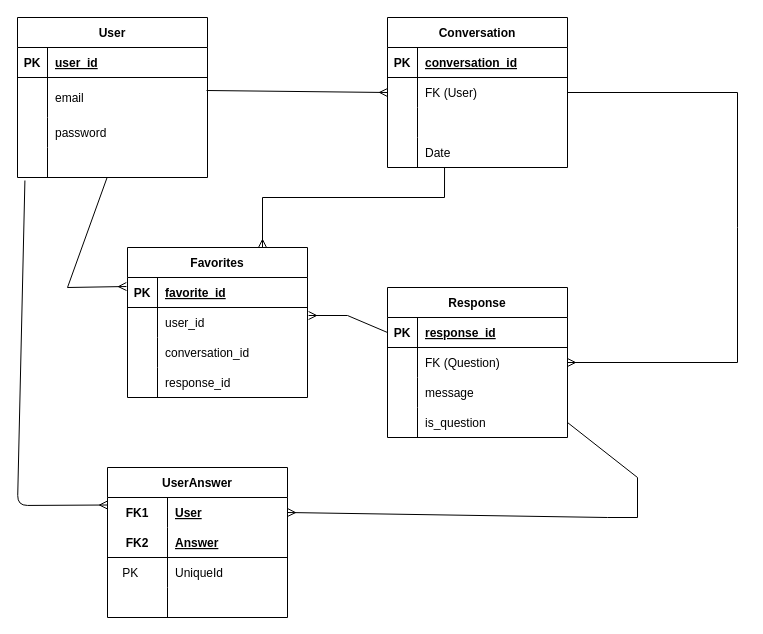
This is test.drawio from EGORDYU/project-2, a draw.io file, before an edit. Source tidied: cells renumbered, new cells numbered last; positions are measured from the earlier drawing's top-left corner, leaving out a move shared by most shapes. Both pictures are drawn from the tidied source at 100%, with x=0, y=0 at pixel (17, 17).
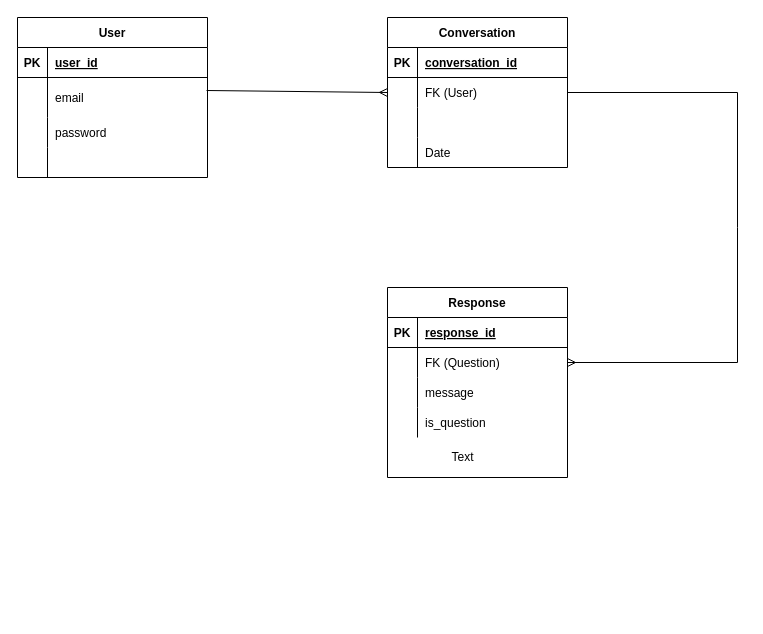
The same page after the edit.

Commit message (it also covers changes not shown here):
simplified table

Unchanged cells that the change refers to:
```xml
<mxCell id="12" style="shape=tableRow;horizontal=0;startSize=0;swimlaneHead=0;swimlaneBody=0;fillColor=none;points=[[0,0.5],[1,0.5]];portConstraint=eastwest;top=0;left=0;right=0;bottom=0;" parent="2" vertex="1">
  <mxGeometry y="130" width="190" height="30" as="geometry" />
</mxCell>
<mxCell id="25" style="shape=tableRow;horizontal=0;startSize=0;swimlaneHead=0;swimlaneBody=0;fillColor=none;points=[[0,0.5],[1,0.5]];portConstraint=eastwest;top=0;left=0;right=0;bottom=0;" parent="15" vertex="1">
  <mxGeometry y="120" width="180" height="30" as="geometry" />
</mxCell>
<mxCell id="29" style="shape=tableRow;horizontal=0;startSize=0;swimlaneHead=0;swimlaneBody=0;fillColor=none;points=[[0,0.5],[1,0.5]];portConstraint=eastwest;top=0;left=0;right=0;bottom=1;" parent="28" vertex="1">
  <mxGeometry y="30" width="180" height="30" as="geometry" />
</mxCell>
<mxCell id="38" style="shape=tableRow;horizontal=0;startSize=0;swimlaneHead=0;swimlaneBody=0;fillColor=none;points=[[0,0.5],[1,0.5]];portConstraint=eastwest;top=0;left=0;right=0;bottom=0;" parent="28" vertex="1">
  <mxGeometry y="120" width="180" height="30" as="geometry" />
</mxCell>
```

Diff of the diagram source:
```diff
@@
     <mxCell id="28" value="Response" style="shape=table;startSize=30;childLayout=tableLayout;rowLines=0;fontStyle=1;align=center;" parent="1" vertex="1">
-      <mxGeometry x="370" y="270" width="180" height="150" as="geometry" />
+      <mxGeometry x="370" y="270" width="180" height="190" as="geometry" />
     </mxCell>
@@
-    <mxCell id="41" style="edgeStyle=none;html=1;exitX=0;exitY=0.25;exitDx=0;exitDy=0;endArrow=none;endFill=0;startArrow=ERmany;startFill=0;entryX=0.039;entryY=1.1;entryDx=0;entryDy=0;entryPerimeter=0;" parent="1" edge="1" source="42" target="12">
-      <mxGeometry relative="1" as="geometry">
-        <Array as="points">
-          <mxPoint y="488" />
-        </Array>
-      </mxGeometry>
-    </mxCell>
-    <mxCell id="42" value="UserAnswer" style="shape=table;startSize=30;childLayout=tableLayout;rowLines=0;fontStyle=1;align=center;" parent="1" vertex="1">
-      <mxGeometry x="90" y="450" width="180" height="150" as="geometry" />
-    </mxCell>
-    <mxCell id="43" style="shape=tableRow;horizontal=0;startSize=0;swimlaneHead=0;swimlaneBody=0;fillColor=none;points=[[0,0.5],[1,0.5]];portConstraint=eastwest;top=0;left=0;right=0;bottom=0;" parent="42" vertex="1">
-      <mxGeometry y="30" width="180" height="30" as="geometry" />
-    </mxCell>
-    <mxCell id="44" value="FK1" style="shape=partialRectangle;fillColor=none;top=0;left=0;bottom=0;right=0;fontStyle=1;overflow=hidden;" parent="43" vertex="1">
-      <mxGeometry width="60" height="30" as="geometry" />
-    </mxCell>
-    <mxCell id="45" value="User" style="shape=partialRectangle;fillColor=none;top=0;left=0;bottom=0;right=0;align=left;spacingLeft=6;fontStyle=5;overflow=hidden;" parent="43" vertex="1">
-      <mxGeometry x="60" width="120" height="30" as="geometry" />
-    </mxCell>
-    <mxCell id="46" style="shape=tableRow;horizontal=0;startSize=0;swimlaneHead=0;swimlaneBody=0;fillColor=none;top=0;left=0;right=0;bottom=1;" parent="42" vertex="1">
-      <mxGeometry y="60" width="180" height="30" as="geometry" />
-    </mxCell>
-    <mxCell id="47" value="FK2" style="shape=partialRectangle;fillColor=none;top=0;left=0;bottom=0;right=0;fontStyle=1;overflow=hidden;" parent="46" vertex="1">
-      <mxGeometry width="60" height="30" as="geometry" />
-    </mxCell>
-    <mxCell id="48" value="Answer" style="shape=partialRectangle;fillColor=none;top=0;left=0;bottom=0;right=0;align=left;spacingLeft=6;fontStyle=5;overflow=hidden;" parent="46" vertex="1">
-      <mxGeometry x="60" width="120" height="30" as="geometry" />
-    </mxCell>
-    <mxCell id="49" style="shape=tableRow;horizontal=0;startSize=0;swimlaneHead=0;swimlaneBody=0;fillColor=none;top=0;left=0;right=0;bottom=0;" parent="42" vertex="1">
-      <mxGeometry y="90" width="180" height="30" as="geometry" />
-    </mxCell>
-    <mxCell id="50" value="PK    " style="shape=partialRectangle;fillColor=none;top=0;left=0;bottom=0;right=0;overflow=hidden;" parent="49" vertex="1">
-      <mxGeometry width="60" height="30" as="geometry" />
-    </mxCell>
-    <mxCell id="51" value="UniqueId" style="shape=partialRectangle;fillColor=none;top=0;left=0;bottom=0;right=0;align=left;spacingLeft=6;overflow=hidden;" parent="49" vertex="1">
-      <mxGeometry x="60" width="120" height="30" as="geometry" />
-    </mxCell>
-    <mxCell id="52" style="shape=tableRow;horizontal=0;startSize=0;swimlaneHead=0;swimlaneBody=0;fillColor=none;top=0;left=0;right=0;bottom=0;" parent="42" vertex="1">
-      <mxGeometry y="120" width="180" height="30" as="geometry" />
-    </mxCell>
-    <mxCell id="53" style="shape=partialRectangle;fillColor=none;top=0;left=0;bottom=0;right=0;overflow=hidden;" parent="52" vertex="1">
-      <mxGeometry width="60" height="30" as="geometry" />
-    </mxCell>
-    <mxCell id="54" style="shape=partialRectangle;fillColor=none;top=0;left=0;bottom=0;right=0;align=left;spacingLeft=6;overflow=hidden;" parent="52" vertex="1">
-      <mxGeometry x="60" width="120" height="30" as="geometry" />
-    </mxCell>
@@
-    <mxCell id="57" style="endArrow=ERmany;html=1;rounded=0;strokeColor=default;exitX=1;exitY=0.5;exitDx=0;exitDy=0;entryX=1;entryY=0.5;entryDx=0;entryDy=0;endFill=0;" parent="1" edge="1" source="38" target="43">
-      <mxGeometry relative="1" as="geometry">
-        <Array as="points">
-          <mxPoint x="620" y="460" />
-          <mxPoint x="620" y="500" />
-          <mxPoint x="590" y="500" />
-        </Array>
-      </mxGeometry>
-    </mxCell>
-    <mxCell id="58" value="Favorites" style="shape=table;startSize=30;childLayout=tableLayout;rowLines=0;fontStyle=1;align=center;" parent="1" vertex="1">
-      <mxGeometry x="110" y="230" width="180" height="150" as="geometry" />
-    </mxCell>
-    <mxCell id="59" style="shape=tableRow;horizontal=0;startSize=0;swimlaneHead=0;swimlaneBody=0;fillColor=none;points=[[0,0.5],[1,0.5]];portConstraint=eastwest;top=0;left=0;right=0;bottom=1;" parent="58" vertex="1">
-      <mxGeometry y="30" width="180" height="30" as="geometry" />
-    </mxCell>
-    <mxCell id="60" value="PK" style="shape=partialRectangle;fillColor=none;top=0;left=0;bottom=0;right=0;fontStyle=1;overflow=hidden;" parent="59" vertex="1">
-      <mxGeometry width="30" height="30" as="geometry" />
-    </mxCell>
-    <mxCell id="61" value="favorite_id" style="shape=partialRectangle;fillColor=none;top=0;left=0;bottom=0;right=0;align=left;spacingLeft=6;fontStyle=5;overflow=hidden;" parent="59" vertex="1">
-      <mxGeometry x="30" width="150" height="30" as="geometry" />
-    </mxCell>
-    <mxCell id="62" style="shape=tableRow;horizontal=0;startSize=0;swimlaneHead=0;swimlaneBody=0;fillColor=none;points=[[0,0.5],[1,0.5]];portConstraint=eastwest;top=0;left=0;right=0;bottom=0;" parent="58" vertex="1">
-      <mxGeometry y="60" width="180" height="30" as="geometry" />
-    </mxCell>
-    <mxCell id="63" style="shape=partialRectangle;fillColor=none;top=0;left=0;bottom=0;right=0;overflow=hidden;" parent="62" vertex="1">
-      <mxGeometry width="30" height="30" as="geometry" />
-    </mxCell>
-    <mxCell id="64" value="user_id" style="shape=partialRectangle;fillColor=none;top=0;left=0;bottom=0;right=0;align=left;spacingLeft=6;overflow=hidden;" parent="62" vertex="1">
-      <mxGeometry x="30" width="150" height="30" as="geometry" />
-    </mxCell>
-    <mxCell id="65" style="shape=tableRow;horizontal=0;startSize=0;swimlaneHead=0;swimlaneBody=0;fillColor=none;top=0;left=0;right=0;bottom=0;" parent="58" vertex="1">
-      <mxGeometry y="90" width="180" height="30" as="geometry" />
-    </mxCell>
-    <mxCell id="66" style="shape=partialRectangle;fillColor=none;top=0;left=0;bottom=0;right=0;overflow=hidden;" parent="65" vertex="1">
-      <mxGeometry width="30" height="30" as="geometry" />
-    </mxCell>
-    <mxCell id="67" value="conversation_id" style="shape=partialRectangle;fillColor=none;top=0;left=0;bottom=0;right=0;align=left;spacingLeft=6;overflow=hidden;" parent="65" vertex="1">
-      <mxGeometry x="30" width="150" height="30" as="geometry" />
-    </mxCell>
-    <mxCell id="68" style="shape=tableRow;horizontal=0;startSize=0;swimlaneHead=0;swimlaneBody=0;fillColor=none;top=0;left=0;right=0;bottom=0;" parent="58" vertex="1">
-      <mxGeometry y="120" width="180" height="30" as="geometry" />
-    </mxCell>
-    <mxCell id="69" style="shape=partialRectangle;fillColor=none;top=0;left=0;bottom=0;right=0;overflow=hidden;" parent="68" vertex="1">
-      <mxGeometry width="30" height="30" as="geometry" />
-    </mxCell>
-    <mxCell id="70" value="response_id" style="shape=partialRectangle;fillColor=none;top=0;left=0;bottom=0;right=0;align=left;spacingLeft=6;overflow=hidden;" parent="68" vertex="1">
-      <mxGeometry x="30" width="150" height="30" as="geometry" />
-    </mxCell>
-    <mxCell id="71" style="endArrow=ERmany;html=1;rounded=0;entryX=-0.006;entryY=0.3;entryDx=0;entryDy=0;entryPerimeter=0;endFill=0;" parent="1" edge="1" source="12" target="59">
-      <mxGeometry relative="1" as="geometry">
-        <Array as="points">
-          <mxPoint x="50" y="270" />
-        </Array>
-      </mxGeometry>
-    </mxCell>
-    <mxCell id="72" style="endArrow=none;html=1;rounded=0;entryX=0;entryY=0.5;entryDx=0;entryDy=0;exitX=1.006;exitY=0.267;exitDx=0;exitDy=0;exitPerimeter=0;endFill=0;startArrow=ERmany;startFill=0;" parent="1" edge="1" source="62" target="29">
-      <mxGeometry relative="1" as="geometry">
-        <Array as="points">
-          <mxPoint x="330" y="298" />
-        </Array>
-      </mxGeometry>
-    </mxCell>
-    <mxCell id="73" style="endArrow=none;html=1;rounded=0;exitX=0.75;exitY=0;exitDx=0;exitDy=0;entryX=0.317;entryY=1;entryDx=0;entryDy=0;entryPerimeter=0;startArrow=ERmany;startFill=0;" parent="1" edge="1" source="58" target="25">
-      <mxGeometry relative="1" as="geometry">
-        <Array as="points">
-          <mxPoint x="245" y="180" />
-          <mxPoint x="427" y="180" />
-        </Array>
-      </mxGeometry>
-    </mxCell>
+    <mxCell id="74" value="Text" style="text;html=1;align=center;verticalAlign=middle;strokeColor=none;fillColor=none;" parent="1" vertex="1">
+      <mxGeometry x="420" y="425" width="50" height="30" as="geometry" />
+    </mxCell>
```
